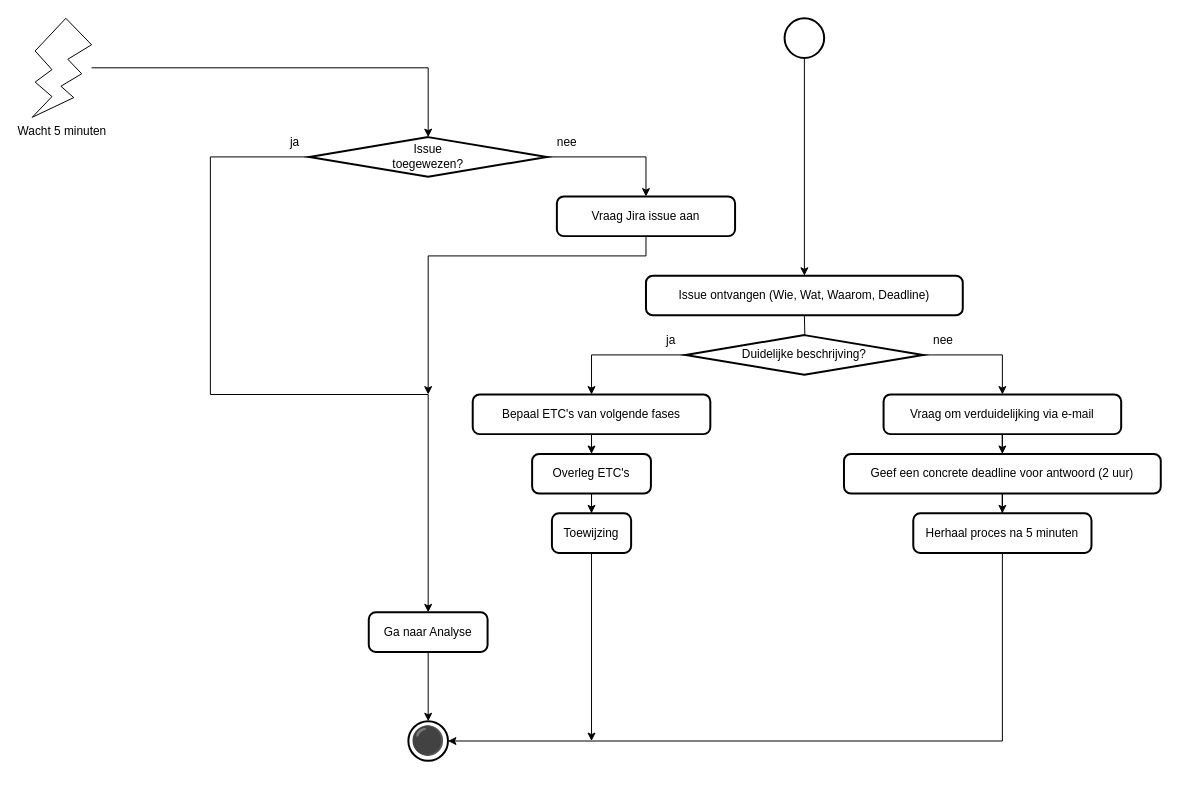
Above: 1 Issue Tracker intake.drawio in Zaibatsu89/IssueTracker (draw.io), before the change. Source tidied: cells renumbered, new cells numbered last; positions are measured from the earlier drawing's top-left corner, leaving out a move shared by most shapes. Both pictures are drawn from the tidied source at 99%, with x=0, y=0 at pixel (32, 18).
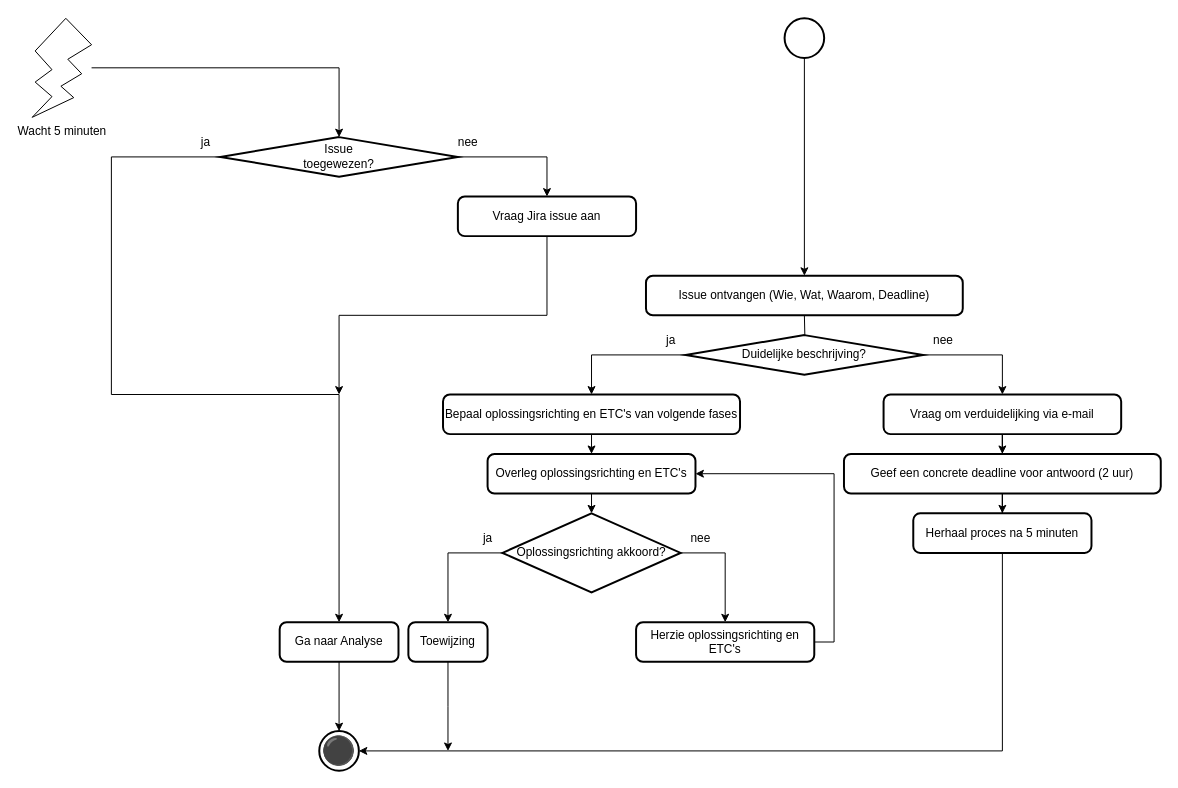
The same page after the edit.

Commit message:
flowchart: ruit 'Issue toegewezen?' uitbreiden met overeenstemming over de oplossingsrichting, zie ook ruit 'Duidelijke beschrijving?'

Change to the diagram source:
```diff
@@
     <mxCell id="16" style="edgeStyle=orthogonalEdgeStyle;rounded=0;jettySize=auto;html=1;" parent="1" edge="1" source="17">
       <mxGeometry relative="1" as="geometry">
-        <mxPoint x="400" y="380" as="targetPoint" />
+        <mxPoint x="310" y="380" as="targetPoint" />
         <Array as="points">
-          <mxPoint x="620" y="240" />
+          <mxPoint x="520" y="300" />
+          <mxPoint x="310" y="300" />
+          <mxPoint x="310" y="380" />
         </Array>
       </mxGeometry>
     </mxCell>
     <mxCell id="17" value="Vraag Jira issue aan" style="rounded=1;whiteSpace=wrap;html=1;absoluteArcSize=1;arcSize=14;strokeWidth=2;" parent="1" vertex="1">
-      <mxGeometry x="530" y="180" width="180" height="40" as="geometry" />
+      <mxGeometry x="430" y="180" width="180" height="40" as="geometry" />
     </mxCell>
     <mxCell id="18" value="ja" style="text;html=1;align=center;verticalAlign=middle;strokeColor=none;fillColor=none;" parent="1" vertex="1">
-      <mxGeometry x="250" y="110" width="30" height="30" as="geometry" />
+      <mxGeometry x="160" y="110" width="30" height="30" as="geometry" />
     </mxCell>
     <mxCell id="19" value="&lt;font&gt;⚫&lt;/font&gt;" style="strokeWidth=2;html=1;shape=mxgraph.flowchart.start_2;whiteSpace=wrap;fillStyle=solid;fillColor=none;perimeterSpacing=0;shadow=0;gradientColor=none;gradientDirection=north;fontSize=28;" parent="1" vertex="1">
-      <mxGeometry x="380" y="710" width="40" height="40" as="geometry" />
+      <mxGeometry x="290" y="720" width="40" height="40" as="geometry" />
     </mxCell>
+    <mxCell id="21" style="edgeStyle=orthogonalEdgeStyle;rounded=0;jettySize=auto;html=1;exitX=0;exitY=0.5;exitDx=0;exitDy=0;exitPerimeter=0;entryX=0.5;entryY=0;entryDx=0;entryDy=0;" parent="1" edge="1" source="22" target="34">
+      <mxGeometry relative="1" as="geometry">
+        <Array as="points">
+          <mxPoint x="80" y="140" />
+          <mxPoint x="80" y="380" />
+          <mxPoint x="310" y="380" />
+        </Array>
+      </mxGeometry>
+    </mxCell>
-    <mxCell id="20" style="edgeStyle=orthogonalEdgeStyle;rounded=0;jettySize=auto;html=1;entryX=0.5;entryY=0;entryDx=0;entryDy=0;" parent="1" edge="1" source="22" target="17">
+    <mxCell id="20" style="edgeStyle=orthogonalEdgeStyle;rounded=0;jettySize=auto;html=1;exitX=1;exitY=0.5;exitDx=0;exitDy=0;exitPerimeter=0;entryX=0.5;entryY=0;entryDx=0;entryDy=0;" parent="1" edge="1" source="22" target="17">
       <mxGeometry relative="1" as="geometry" />
     </mxCell>
-    <mxCell id="21" style="edgeStyle=orthogonalEdgeStyle;rounded=0;jettySize=auto;html=1;exitX=0;exitY=0.5;exitDx=0;exitDy=0;exitPerimeter=0;entryX=0.5;entryY=0;entryDx=0;entryDy=0;" parent="1" edge="1" source="22" target="34">
-      <mxGeometry relative="1" as="geometry">
-        <Array as="points">
-          <mxPoint x="180" y="140" />
-          <mxPoint x="180" y="380" />
-          <mxPoint x="400" y="380" />
-        </Array>
-      </mxGeometry>
-    </mxCell>
     <mxCell id="22" value="Issue&lt;br&gt;toegewezen?" style="strokeWidth=2;html=1;shape=mxgraph.flowchart.decision;whiteSpace=wrap;" parent="1" vertex="1">
-      <mxGeometry x="280" y="120" width="240" height="40" as="geometry" />
+      <mxGeometry x="190" y="120" width="240" height="40" as="geometry" />
     </mxCell>
@@
     <mxCell id="25" value="nee" style="text;html=1;align=center;verticalAlign=middle;strokeColor=none;fillColor=none;" parent="1" vertex="1">
-      <mxGeometry x="520" y="110" width="40" height="30" as="geometry" />
+      <mxGeometry x="420" y="110" width="40" height="30" as="geometry" />
     </mxCell>
@@
-    <mxCell id="27" value="Bepaal ETC's van volgende fases" style="rounded=1;whiteSpace=wrap;html=1;absoluteArcSize=1;arcSize=14;strokeWidth=2;" parent="1" vertex="1">
-      <mxGeometry x="445" y="380" width="240" height="40" as="geometry" />
+    <mxCell id="27" value="Bepaal oplossingsrichting en ETC's van volgende fases" style="rounded=1;whiteSpace=wrap;html=1;absoluteArcSize=1;arcSize=14;strokeWidth=2;" parent="1" vertex="1">
+      <mxGeometry x="415" y="380" width="300" height="40" as="geometry" />
     </mxCell>
-    <mxCell id="28" style="edgeStyle=orthogonalEdgeStyle;rounded=0;jettySize=auto;html=1;" parent="1" edge="1" source="29" target="31">
-      <mxGeometry relative="1" as="geometry" />
-    </mxCell>
-    <mxCell id="29" value="Overleg ETC's" style="rounded=1;whiteSpace=wrap;html=1;absoluteArcSize=1;arcSize=14;strokeWidth=2;" parent="1" vertex="1">
-      <mxGeometry x="505" y="440" width="120" height="40" as="geometry" />
+    <mxCell id="29" value="Overleg oplossingsrichting en ETC's" style="rounded=1;whiteSpace=wrap;html=1;absoluteArcSize=1;arcSize=14;strokeWidth=2;" parent="1" vertex="1">
+      <mxGeometry x="460" y="440" width="210" height="40" as="geometry" />
     </mxCell>
-    <mxCell id="30" style="edgeStyle=orthogonalEdgeStyle;rounded=0;jettySize=auto;html=1;" parent="1" edge="1" source="31">
-      <mxGeometry relative="1" as="geometry">
-        <mxPoint x="565" y="730" as="targetPoint" />
-      </mxGeometry>
-    </mxCell>
+    <mxCell id="36" style="edgeStyle=orthogonalEdgeStyle;rounded=0;jettySize=auto;html=1;exitX=0.5;exitY=1;exitDx=0;exitDy=0;" parent="1" edge="1" source="31">
+      <mxGeometry relative="1" as="geometry">
+        <mxPoint x="420" y="740" as="targetPoint" />
+      </mxGeometry>
+    </mxCell>
     <mxCell id="31" value="Toewijzing" style="rounded=1;whiteSpace=wrap;html=1;absoluteArcSize=1;arcSize=14;strokeWidth=2;" parent="1" vertex="1">
-      <mxGeometry x="525" y="500" width="80" height="40" as="geometry" />
+      <mxGeometry x="380" y="610" width="80" height="40" as="geometry" />
     </mxCell>
@@
     <mxCell id="34" value="Ga naar Analyse" style="rounded=1;whiteSpace=wrap;html=1;absoluteArcSize=1;arcSize=14;strokeWidth=2;" parent="1" vertex="1">
-      <mxGeometry x="340" y="600" width="120" height="40" as="geometry" />
+      <mxGeometry x="250" y="610" width="120" height="40" as="geometry" />
     </mxCell>
@@
+    <mxCell id="37" style="edgeStyle=orthogonalEdgeStyle;rounded=0;jettySize=auto;html=1;exitX=0;exitY=0.5;exitDx=0;exitDy=0;exitPerimeter=0;entryX=0.5;entryY=0;entryDx=0;entryDy=0;" parent="1" edge="1" source="39" target="31">
+      <mxGeometry relative="1" as="geometry" />
+    </mxCell>
+    <mxCell id="38" style="edgeStyle=orthogonalEdgeStyle;rounded=0;jettySize=auto;html=1;exitX=1;exitY=0.5;exitDx=0;exitDy=0;exitPerimeter=0;entryX=0.5;entryY=0;entryDx=0;entryDy=0;" parent="1" edge="1" source="39" target="43">
+      <mxGeometry relative="1" as="geometry" />
+    </mxCell>
+    <mxCell id="39" value="Oplossingsrichting akkoord?" style="strokeWidth=2;html=1;shape=mxgraph.flowchart.decision;whiteSpace=wrap;" parent="1" vertex="1">
+      <mxGeometry x="475" y="500" width="180" height="80" as="geometry" />
+    </mxCell>
+    <mxCell id="40" style="edgeStyle=orthogonalEdgeStyle;rounded=0;jettySize=auto;html=1;exitX=0.5;exitY=1;exitDx=0;exitDy=0;entryX=0.5;entryY=0;entryDx=0;entryDy=0;entryPerimeter=0;" parent="1" edge="1" source="29" target="39">
+      <mxGeometry relative="1" as="geometry" />
+    </mxCell>
+    <mxCell id="41" value="ja" style="text;html=1;align=center;verticalAlign=middle;strokeColor=none;fillColor=none;" parent="1" vertex="1">
+      <mxGeometry x="445" y="510" width="30" height="30" as="geometry" />
+    </mxCell>
+    <mxCell id="42" style="edgeStyle=orthogonalEdgeStyle;rounded=0;jettySize=auto;html=1;exitX=1;exitY=0.5;exitDx=0;exitDy=0;entryX=1;entryY=0.5;entryDx=0;entryDy=0;" parent="1" edge="1" source="43" target="29">
+      <mxGeometry relative="1" as="geometry" />
+    </mxCell>
+    <mxCell id="43" value="Herzie oplossingsrichting en ETC's" style="rounded=1;whiteSpace=wrap;html=1;absoluteArcSize=1;arcSize=14;strokeWidth=2;" parent="1" vertex="1">
+      <mxGeometry x="610" y="610" width="180" height="40" as="geometry" />
+    </mxCell>
+    <mxCell id="44" value="nee" style="text;html=1;align=center;verticalAlign=middle;strokeColor=none;fillColor=none;" parent="1" vertex="1">
+      <mxGeometry x="655" y="510" width="40" height="30" as="geometry" />
+    </mxCell>
```
